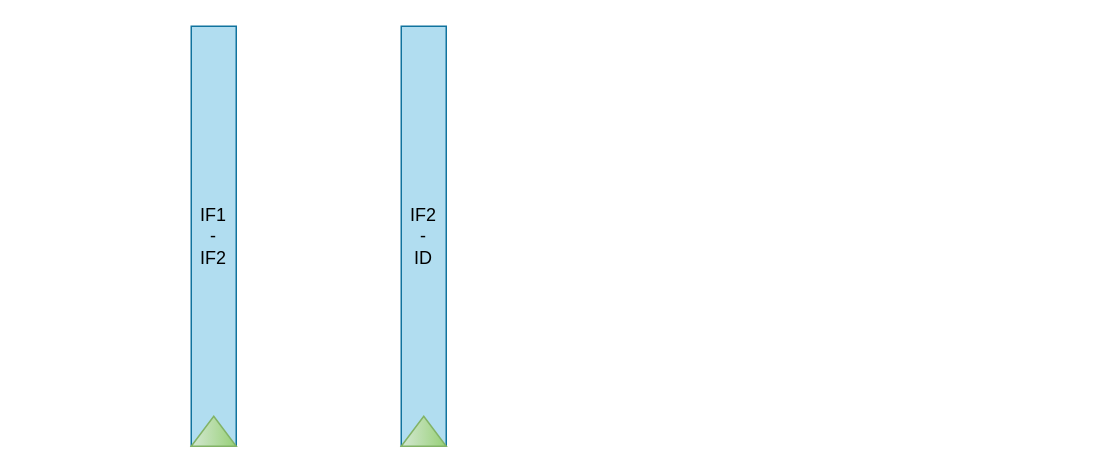
Before: ysyx_cpu_icache.drawio in harder-er/ysyx, a draw.io diagram. Source tidied: cells renumbered, new cells numbered last; positions are measured from the earlier drawing's top-left corner, leaving out a move shared by most shapes. Both pictures are drawn from the tidied source at 150%, with x=0, y=0 at pixel (190, 26).
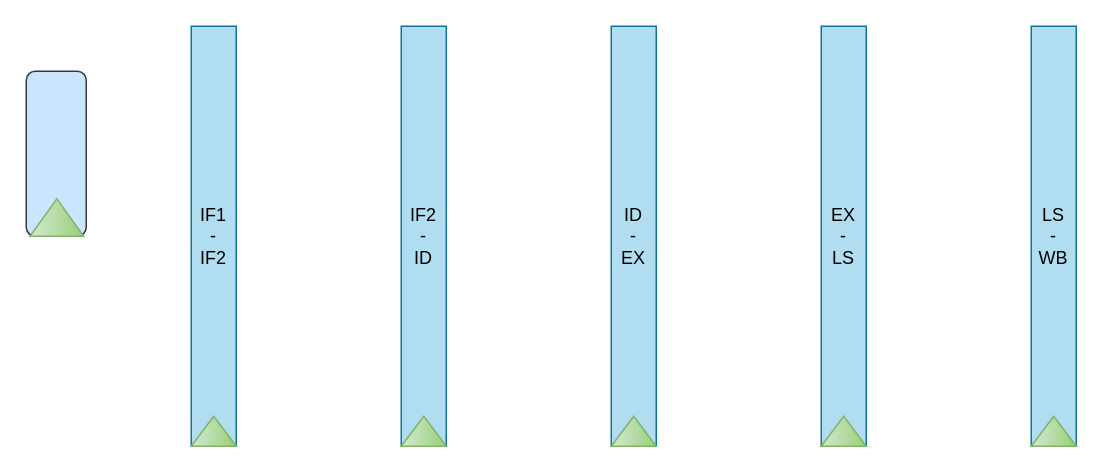
The same page after the edit.

What changed in the source:
```diff
@@
 <mxGraphModel>
   <root>
     <mxCell id="0" />
     <mxCell id="1" parent="0" />
     <mxCell id="2" value="IF1&lt;div&gt;-&lt;/div&gt;&lt;div&gt;IF2&lt;/div&gt;" style="rounded=0;whiteSpace=wrap;html=1;fillColor=#b1ddf0;strokeColor=#10739e;" parent="1" vertex="1">
       <mxGeometry width="30" height="280" as="geometry" />
     </mxCell>
     <mxCell id="3" style="triangle;whiteSpace=wrap;html=1;rotation=-90;fillColor=#d5e8d4;strokeColor=#82b366;gradientColor=#97d077;" parent="1" vertex="1">
       <mxGeometry x="5" y="255" width="20" height="30" as="geometry" />
     </mxCell>
     <mxCell id="4" value="IF2&lt;div&gt;-&lt;/div&gt;&lt;div&gt;ID&lt;/div&gt;" style="rounded=0;whiteSpace=wrap;html=1;fillColor=#b1ddf0;strokeColor=#10739e;" parent="1" vertex="1">
       <mxGeometry x="140" width="30" height="280" as="geometry" />
     </mxCell>
     <mxCell id="5" style="triangle;whiteSpace=wrap;html=1;rotation=-90;fillColor=#d5e8d4;strokeColor=#82b366;gradientColor=#97d077;" parent="1" vertex="1">
       <mxGeometry x="145" y="255" width="20" height="30" as="geometry" />
     </mxCell>
+    <mxCell id="6" value="ID&lt;div&gt;-&lt;/div&gt;&lt;div&gt;EX&lt;/div&gt;" style="rounded=0;whiteSpace=wrap;html=1;fillColor=#b1ddf0;strokeColor=#10739e;" parent="1" vertex="1">
+      <mxGeometry x="280" width="30" height="280" as="geometry" />
+    </mxCell>
+    <mxCell id="7" style="triangle;whiteSpace=wrap;html=1;rotation=-90;fillColor=#d5e8d4;strokeColor=#82b366;gradientColor=#97d077;" parent="1" vertex="1">
+      <mxGeometry x="285" y="255" width="20" height="30" as="geometry" />
+    </mxCell>
+    <mxCell id="8" value="EX&lt;br&gt;&lt;div&gt;-&lt;/div&gt;&lt;div&gt;LS&lt;/div&gt;" style="rounded=0;whiteSpace=wrap;html=1;fillColor=#b1ddf0;strokeColor=#10739e;" parent="1" vertex="1">
+      <mxGeometry x="420" width="30" height="280" as="geometry" />
+    </mxCell>
+    <mxCell id="9" style="triangle;whiteSpace=wrap;html=1;rotation=-90;fillColor=#d5e8d4;strokeColor=#82b366;gradientColor=#97d077;" parent="1" vertex="1">
+      <mxGeometry x="425" y="255" width="20" height="30" as="geometry" />
+    </mxCell>
+    <mxCell id="10" value="LS&lt;div&gt;-&lt;/div&gt;&lt;div&gt;WB&lt;/div&gt;" style="rounded=0;whiteSpace=wrap;html=1;fillColor=#b1ddf0;strokeColor=#10739e;" parent="1" vertex="1">
+      <mxGeometry x="560" width="30" height="280" as="geometry" />
+    </mxCell>
+    <mxCell id="11" style="triangle;whiteSpace=wrap;html=1;rotation=-90;fillColor=#d5e8d4;strokeColor=#82b366;gradientColor=#97d077;" parent="1" vertex="1">
+      <mxGeometry x="565" y="255" width="20" height="30" as="geometry" />
+    </mxCell>
+    <mxCell id="12" style="rounded=1;whiteSpace=wrap;html=1;fillColor=#cce5ff;strokeColor=#36393d;" parent="1" vertex="1">
+      <mxGeometry x="-110" y="30" width="40" height="110" as="geometry" />
+    </mxCell>
+    <mxCell id="13" style="triangle;whiteSpace=wrap;html=1;rotation=-90;fillColor=#d5e8d4;strokeColor=#82b366;gradientColor=#97d077;" parent="1" vertex="1">
+      <mxGeometry x="-102.1" y="109.6" width="25" height="35.8" as="geometry" />
+    </mxCell>
   </root>
 </mxGraphModel>
```
